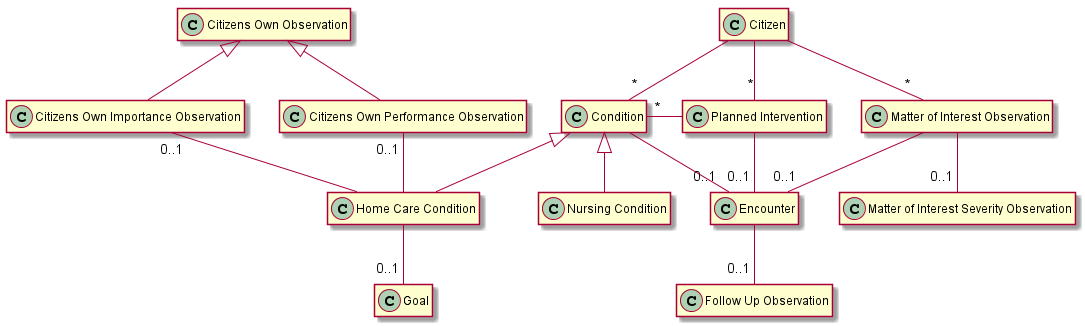
This is fsh/ig-data/input/images/GatewayModel.png from tmh-mjolner/KLGateway, a PlantUML export, as it was before one commit.
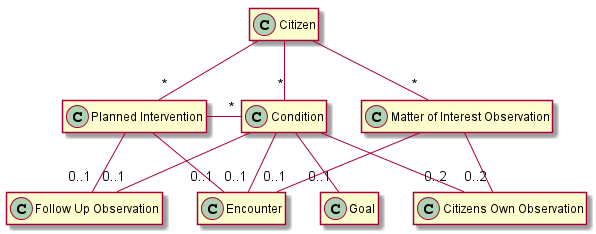
Later version of the same file.

Diff of the diagram source:
```diff
@@ -4,42 +4,32 @@
 
 class "Citizen" as citizen
 class "Condition" as condition
-class "Home Care Condition" as homeCareCondition
-class "Nursing Condition" as nursingCondition
 class "Goal" as goal
 class "Citizens Own Observation" as citizensOwnObservation
-class "Citizens Own Importance Observation" as citizensOwnImportanceObservation
-class "Citizens Own Performance Observation" as citizensOwnPerformanceObservation
 class "Planned Intervention" as carePlannedIntervention
 class "Encounter" as encounter
 class "Follow Up Observation" as careFollowUpObservation
 class "Matter of Interest Observation" as matterOfInterestObservation
-class "Matter of Interest Severity Observation" as matterOfInterestSeverityObservation
 
 citizen --"*" condition
+citizen --"*" matterOfInterestObservation
+citizen --"*" carePlannedIntervention
 
-condition <|-- homeCareCondition
-condition <|-- nursingCondition
+condition --"0..1" goal
+condition --"0..2" citizensOwnObservation
 
-homeCareCondition --"0..1" goal
-
-citizensOwnImportanceObservation "0..1"-- homeCareCondition
-citizensOwnPerformanceObservation "0..1"-- homeCareCondition
-
-citizensOwnObservation <|-- citizensOwnImportanceObservation
-citizensOwnObservation <|-- citizensOwnPerformanceObservation
+matterOfInterestObservation --"0..2" citizensOwnObservation
 
 condition --"0..1" encounter
 
-citizen --"*" carePlannedIntervention
-condition "*"- carePlannedIntervention
-carePlannedIntervention --"0..1" encounter
+carePlannedIntervention -"*" condition
+
+carePlannedIntervention -"0..1" encounter
 
 
-encounter --"0..1" careFollowUpObservation
+matterOfInterestObservation --"0..1" encounter
 
-citizen --"*" matterOfInterestObservation
+carePlannedIntervention --"0..1" careFollowUpObservation
+condition --"0..1" careFollowUpObservation
 
-matterOfInterestObservation --"0..1" encounter
-matterOfInterestObservation --"0..1" matterOfInterestSeverityObservation
 @enduml
```
